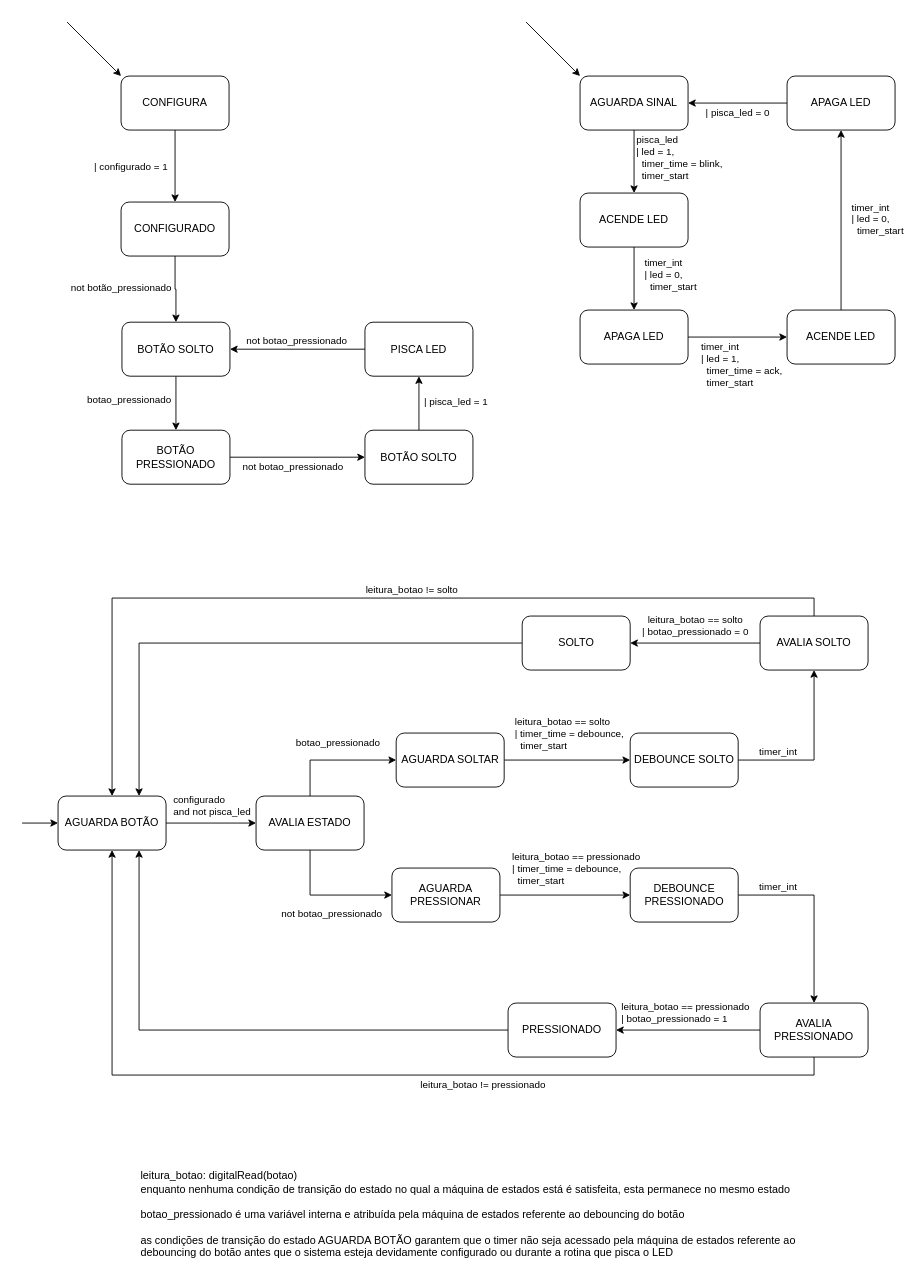
Before: Lab1-blink-button-fsm/lab1-fsm.drawio in eduardo-ufmg/EEE026_SisEmbutidos, a draw.io diagram. Source tidied: cells renumbered, new cells numbered last; positions are measured from the earlier drawing's top-left corner, leaving out a move shared by most shapes. Both pictures are drawn from the tidied source at 90%, with x=0, y=0 at pixel (22, 22).
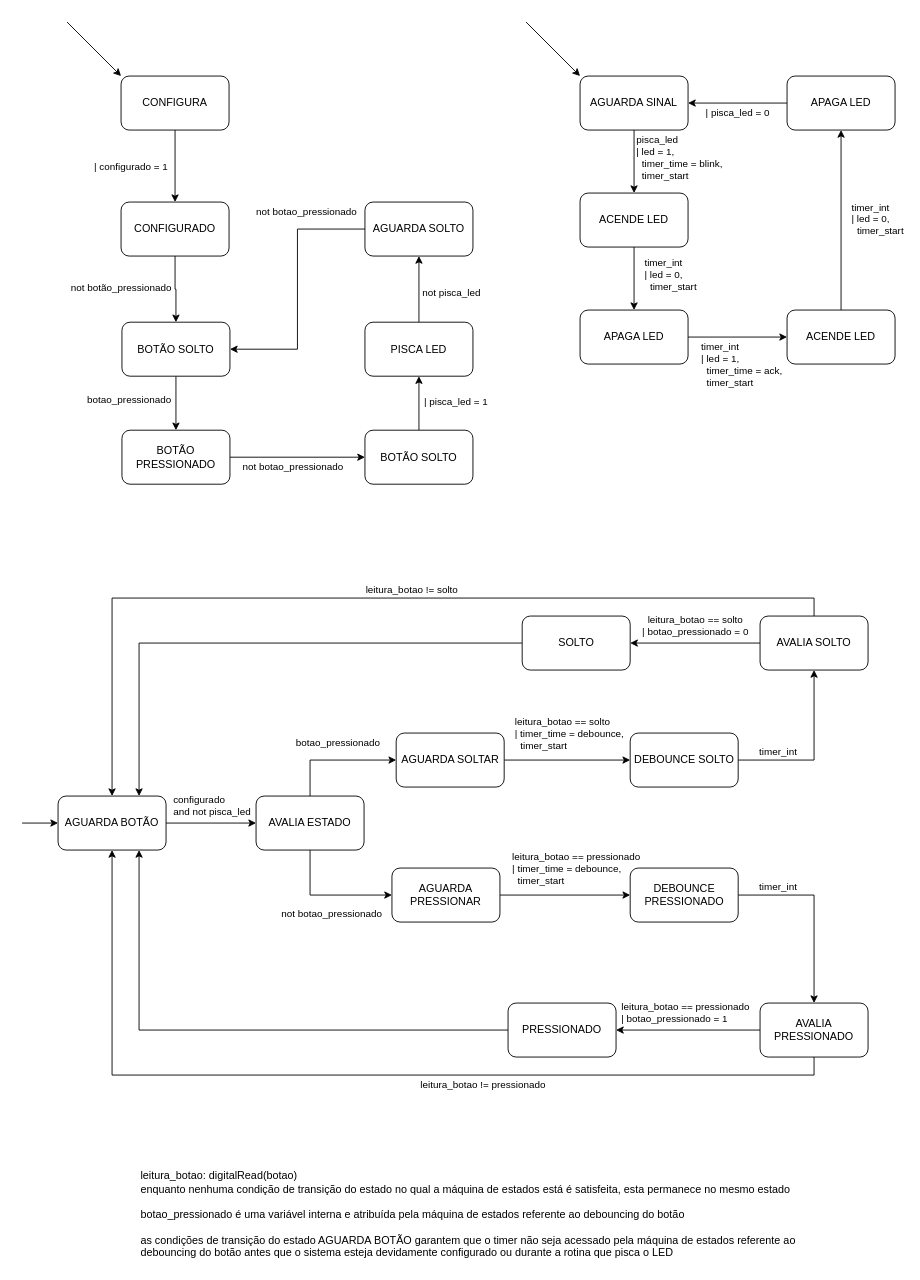
The same page after the edit.

The change refers to these unchanged cells:
```xml
<mxCell id="11" value="BOTÃO SOLTO" style="rounded=1;whiteSpace=wrap;html=1;" parent="1" vertex="1">
  <mxGeometry x="111" y="333.5" width="120" height="60" as="geometry" />
</mxCell>
<mxCell id="20" value="&lt;div&gt;PISCA LED&lt;/div&gt;" style="rounded=1;whiteSpace=wrap;html=1;" parent="1" vertex="1">
  <mxGeometry x="381" y="333.5" width="120" height="60" as="geometry" />
</mxCell>
```

What changed in the source:
```diff
@@
-    <mxCell id="18" style="edgeStyle=orthogonalEdgeStyle;rounded=0;jettySize=auto;html=1;exitX=0;exitY=0.5;exitDx=0;exitDy=0;entryX=1;entryY=0.5;entryDx=0;entryDy=0;" parent="1" edge="1" source="20" target="11">
+    <mxCell id="18" style="edgeStyle=orthogonalEdgeStyle;rounded=0;jettySize=auto;html=1;entryX=1;entryY=0.5;entryDx=0;entryDy=0;exitX=0;exitY=0.5;exitDx=0;exitDy=0;" parent="1" edge="1" source="77" target="11">
       <mxGeometry relative="1" as="geometry" />
     </mxCell>
     <mxCell id="19" value="not botao_pressionado" style="edgeLabel;html=1;align=center;verticalAlign=middle;" parent="18" vertex="1">
       <mxGeometry x="0.02" relative="1" as="geometry">
-        <mxPoint y="-10" as="offset" />
+        <mxPoint x="9" y="-90" as="offset" />
       </mxGeometry>
     </mxCell>
+    <mxCell id="75" style="edgeStyle=orthogonalEdgeStyle;rounded=0;jettySize=auto;html=1;exitX=0.5;exitY=0;exitDx=0;exitDy=0;entryX=0.5;entryY=1;entryDx=0;entryDy=0;" parent="1" edge="1" source="20" target="77">
+      <mxGeometry relative="1" as="geometry" />
+    </mxCell>
+    <mxCell id="76" value="not pisca_led" style="edgeLabel;html=1;align=center;verticalAlign=middle;" parent="75" vertex="1">
+      <mxGeometry x="0.09" relative="1" as="geometry">
+        <mxPoint x="35" y="7" as="offset" />
+      </mxGeometry>
+    </mxCell>
@@
-    <mxCell id="41" value="&amp;nbsp;" style="text;whiteSpace=wrap;html=1;" parent="1" vertex="1">
-      <mxGeometry x="331" y="343.5" width="40" height="40" as="geometry" />
-    </mxCell>
@@
+    <mxCell id="77" value="AGUARDA SOLTO" style="rounded=1;whiteSpace=wrap;html=1;" parent="1" vertex="1">
+      <mxGeometry x="381" y="200" width="120" height="60" as="geometry" />
+    </mxCell>
```
